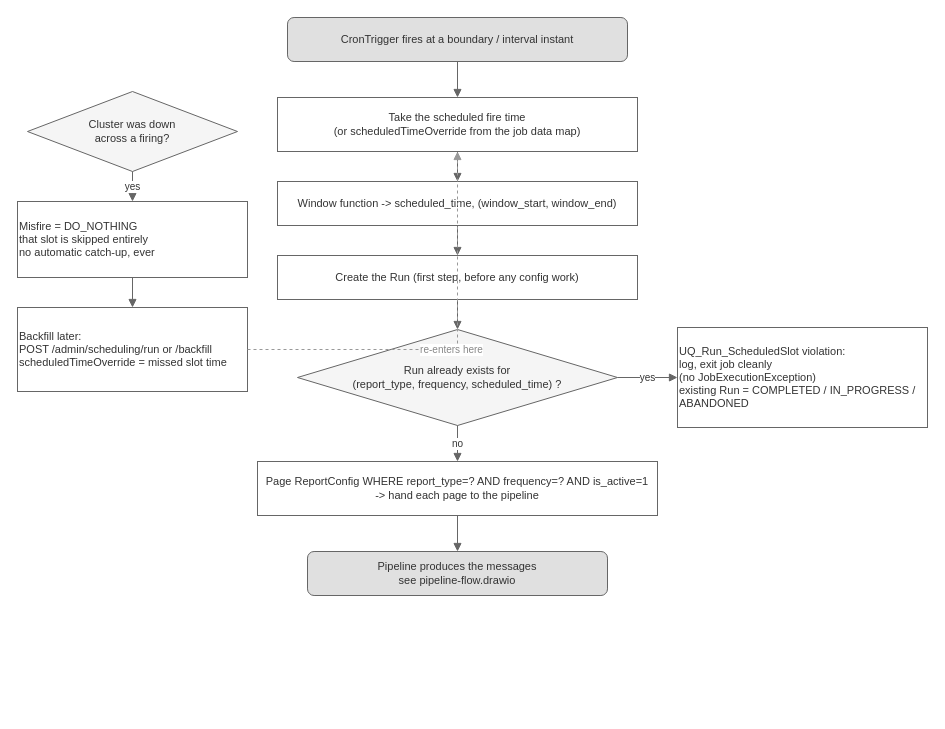
Before: page "2 - Scheduled job lifecycle" (2 of 4) of supervisor-project/02-design/scheduling/scheduling-flow.drawio in vijaykumarn/research, a draw.io diagram. Source tidied: cells renumbered, new cells numbered last; positions are measured from the earlier drawing's top-left corner, leaving out a move shared by most shapes. Both pictures are drawn from the tidied source at 100%, with x=0, y=0 at pixel (17, 17).
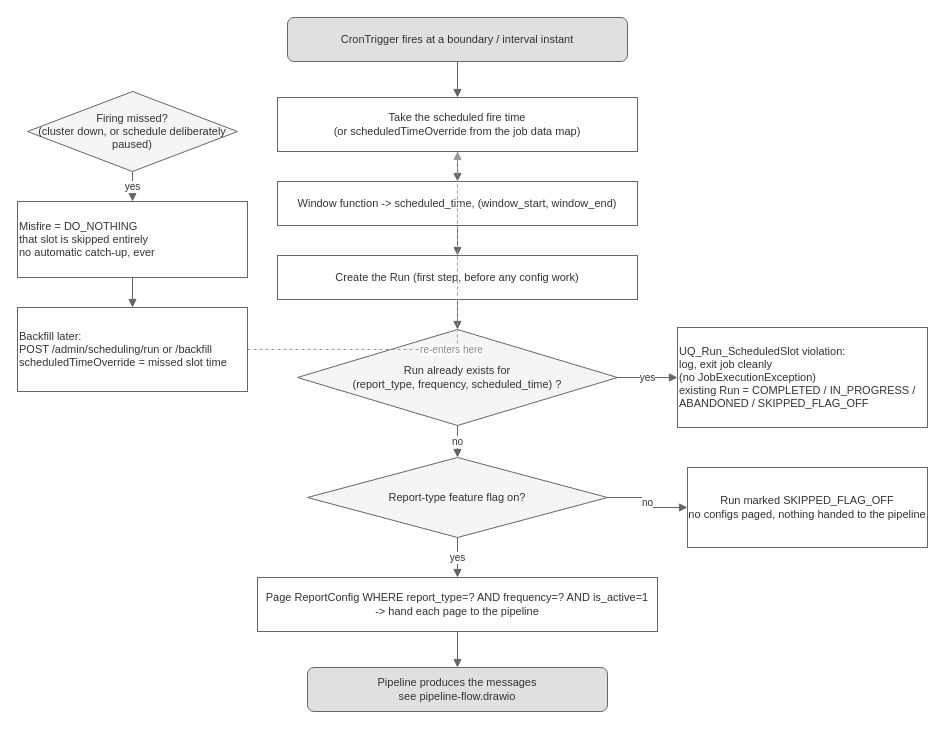
The same page after the edit.

The change refers to these unchanged cells:
```xml
<mxCell id="6" value="Run already exists for&#10;(report_type, frequency, scheduled_time) ?" style="rhombus;whiteSpace=wrap;html=1;fillColor=#f5f5f5;strokeColor=#666666;fontColor=#333333;fontSize=11;" parent="1" vertex="1">
  <mxGeometry x="280" y="312" width="320" height="96" as="geometry" />
</mxCell>
```

Change to the diagram source:
```diff
@@
-    <mxCell id="7" value="UQ_Run_ScheduledSlot violation:&#10;log, exit job cleanly&#10;(no JobExecutionException)&#10;existing Run = COMPLETED / IN_PROGRESS / ABANDONED" style="rounded=0;whiteSpace=wrap;html=1;fillColor=#ffffff;strokeColor=#666666;fontColor=#333333;fontSize=11;align=left;" parent="1" vertex="1">
+    <mxCell id="7" value="UQ_Run_ScheduledSlot violation:&#10;log, exit job cleanly&#10;(no JobExecutionException)&#10;existing Run = COMPLETED / IN_PROGRESS / ABANDONED / SKIPPED_FLAG_OFF" style="rounded=0;whiteSpace=wrap;html=1;fillColor=#ffffff;strokeColor=#666666;fontColor=#333333;fontSize=11;align=left;" parent="1" vertex="1">
       <mxGeometry x="660" y="310" width="250" height="100" as="geometry" />
     </mxCell>
     <mxCell id="8" value="Page ReportConfig WHERE report_type=? AND frequency=? AND is_active=1&#10;-&gt; hand each page to the pipeline" style="rounded=0;whiteSpace=wrap;html=1;fillColor=#ffffff;strokeColor=#666666;fontColor=#333333;fontSize=11;" parent="1" vertex="1">
-      <mxGeometry x="240" y="444" width="400" height="54" as="geometry" />
+      <mxGeometry x="240" y="560" width="400" height="54" as="geometry" />
     </mxCell>
     <mxCell id="9" value="Pipeline produces the messages&#10;see pipeline-flow.drawio" style="rounded=1;whiteSpace=wrap;html=1;fillColor=#e0e0e0;strokeColor=#666666;fontColor=#333333;fontSize=11;" parent="1" vertex="1">
-      <mxGeometry x="290" y="534" width="300" height="44" as="geometry" />
+      <mxGeometry x="290" y="650" width="300" height="44" as="geometry" />
     </mxCell>
-    <mxCell id="10" value="Cluster was down&#10;across a firing?" style="rhombus;whiteSpace=wrap;html=1;fillColor=#f5f5f5;strokeColor=#666666;fontColor=#333333;fontSize=11;" parent="1" vertex="1">
+    <mxCell id="10" value="Firing missed?&#10;(cluster down, or schedule deliberately paused)" style="rhombus;whiteSpace=wrap;html=1;fillColor=#f5f5f5;strokeColor=#666666;fontColor=#333333;fontSize=11;" parent="1" vertex="1">
       <mxGeometry x="10" y="74" width="210" height="80" as="geometry" />
     </mxCell>
@@
-    <mxCell id="18" value="no" style="edgeStyle=orthogonalEdgeStyle;rounded=0;html=1;strokeColor=#666666;endArrow=block;fontColor=#333333;fontSize=10;" parent="1" edge="1" source="6" target="8">
+    <mxCell id="18" value="no" style="edgeStyle=orthogonalEdgeStyle;rounded=0;html=1;strokeColor=#666666;endArrow=block;fontColor=#333333;fontSize=10;" parent="1" edge="1" source="6" target="23">
       <mxGeometry relative="1" as="geometry" />
     </mxCell>
@@
+    <mxCell id="23" value="Report-type feature flag on?" style="rhombus;whiteSpace=wrap;html=1;fillColor=#f5f5f5;strokeColor=#666666;fontColor=#333333;fontSize=11;" parent="1" vertex="1">
+      <mxGeometry x="290" y="440" width="300" height="80" as="geometry" />
+    </mxCell>
+    <mxCell id="24" value="Run marked SKIPPED_FLAG_OFF&#10;no configs paged, nothing handed to the pipeline" style="rounded=0;whiteSpace=wrap;html=1;fillColor=#ffffff;strokeColor=#666666;fontColor=#333333;fontSize=11;" parent="1" vertex="1">
+      <mxGeometry x="670" y="450" width="240" height="80" as="geometry" />
+    </mxCell>
+    <mxCell id="25" value="no" style="edgeStyle=orthogonalEdgeStyle;rounded=0;html=1;strokeColor=#666666;endArrow=block;fontColor=#333333;fontSize=10;" parent="1" edge="1" source="23" target="24">
+      <mxGeometry relative="1" as="geometry" />
+    </mxCell>
+    <mxCell id="26" value="yes" style="edgeStyle=orthogonalEdgeStyle;rounded=0;html=1;strokeColor=#666666;endArrow=block;fontColor=#333333;fontSize=10;" parent="1" edge="1" source="23" target="8">
+      <mxGeometry relative="1" as="geometry" />
+    </mxCell>
```
